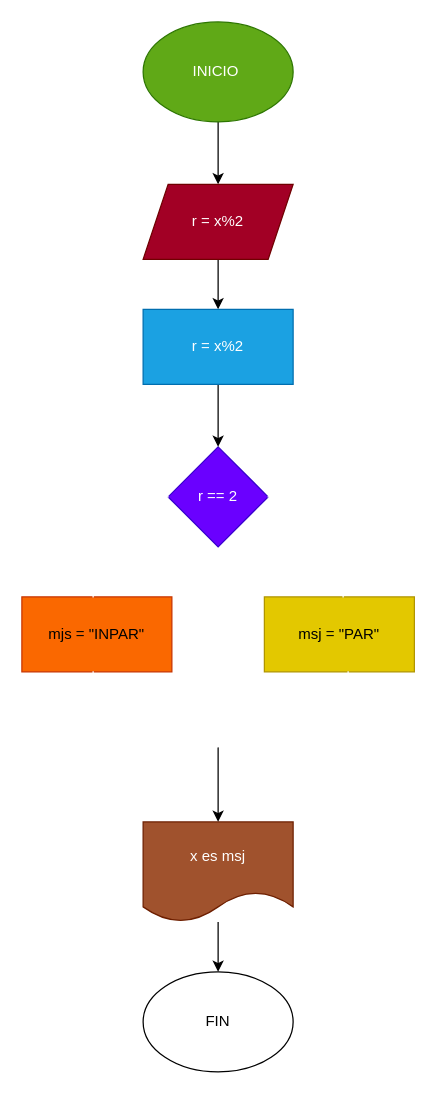
The draw.io diagram diarama.drawio in AndresFelipeJW/par_impar, before the edit. Source tidied: cells renumbered, new cells numbered last; positions are measured from the earlier drawing's top-left corner, leaving out a move shared by most shapes. Both pictures are drawn from the tidied source at 125%, with x=0, y=0 at pixel (21, 21).
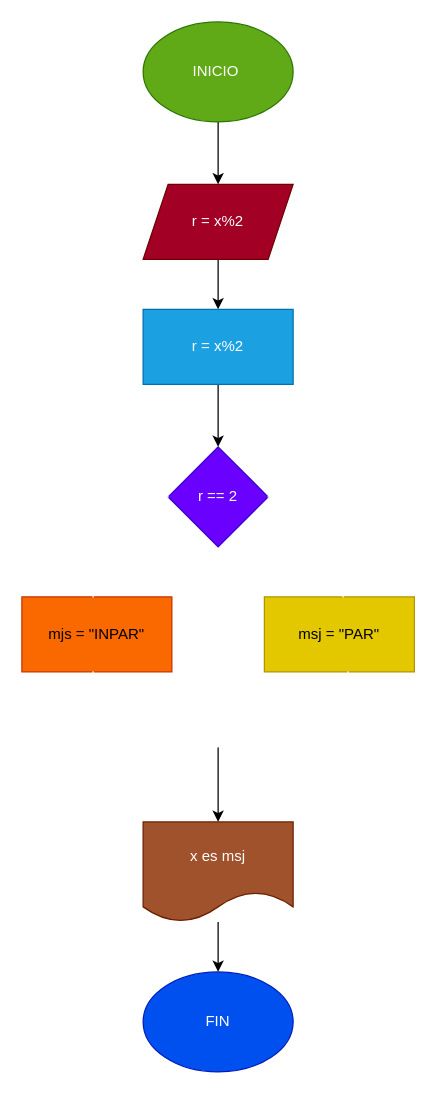
After the change.

Commit message:
Se agrego el diagrama,programa y el README

Diff of the diagram source:
```diff
@@
 <mxGraphModel>
   <root>
     <mxCell id="0" />
     <mxCell id="1" parent="0" />
     <mxCell id="2" style="edgeStyle=none;html=1;" parent="1" edge="1" source="3" target="5">
       <mxGeometry relative="1" as="geometry" />
     </mxCell>
     <mxCell id="3" value="INICIO&amp;nbsp;" style="ellipse;whiteSpace=wrap;html=1;fillColor=#60a917;fontColor=#ffffff;strokeColor=#2D7600;" parent="1" vertex="1">
       <mxGeometry x="97" width="120" height="80" as="geometry" />
     </mxCell>
     <mxCell id="4" style="edgeStyle=none;html=1;" parent="1" edge="1" source="5" target="8">
       <mxGeometry relative="1" as="geometry" />
     </mxCell>
     <mxCell id="5" value="r = x%2" style="shape=parallelogram;perimeter=parallelogramPerimeter;whiteSpace=wrap;html=1;fixedSize=1;fillColor=#a20025;fontColor=#ffffff;strokeColor=#6F0000;" parent="1" vertex="1">
       <mxGeometry x="97" y="130" width="120" height="60" as="geometry" />
     </mxCell>
     <mxCell id="6" value="r == 2" style="rhombus;whiteSpace=wrap;html=1;fillColor=#6a00ff;fontColor=#ffffff;strokeColor=#3700CC;" parent="1" vertex="1">
       <mxGeometry x="117" y="340" width="80" height="80" as="geometry" />
     </mxCell>
     <mxCell id="7" style="edgeStyle=none;html=1;" parent="1" edge="1" source="8" target="6">
       <mxGeometry relative="1" as="geometry" />
     </mxCell>
     <mxCell id="8" value="r = x%2" style="rounded=0;whiteSpace=wrap;html=1;fillColor=#1ba1e2;fontColor=#ffffff;strokeColor=#006EAF;" parent="1" vertex="1">
       <mxGeometry x="97" y="230" width="120" height="60" as="geometry" />
     </mxCell>
     <mxCell id="9" value="msj = &quot;PAR&quot;" style="rounded=0;whiteSpace=wrap;html=1;fillColor=#e3c800;fontColor=#000000;strokeColor=#B09500;" parent="1" vertex="1">
       <mxGeometry x="194" y="460" width="120" height="60" as="geometry" />
     </mxCell>
     <mxCell id="10" value="mjs = &quot;INPAR&quot;" style="rounded=0;whiteSpace=wrap;html=1;fillColor=#fa6800;fontColor=#000000;strokeColor=#C73500;" parent="1" vertex="1">
       <mxGeometry y="460" width="120" height="60" as="geometry" />
     </mxCell>
     <mxCell id="11" style="edgeStyle=none;html=1;" parent="1" edge="1" source="12" target="13">
       <mxGeometry relative="1" as="geometry" />
     </mxCell>
     <mxCell id="12" value="x es msj" style="shape=document;whiteSpace=wrap;html=1;boundedLbl=1;fillColor=#a0522d;fontColor=#ffffff;strokeColor=#6D1F00;" parent="1" vertex="1">
       <mxGeometry x="97" y="640" width="120" height="80" as="geometry" />
     </mxCell>
-    <mxCell id="13" value="FIN" style="ellipse;whiteSpace=wrap;html=1;" parent="1" vertex="1">
+    <mxCell id="13" value="FIN" style="ellipse;whiteSpace=wrap;html=1;fillColor=#0050ef;fontColor=#ffffff;strokeColor=#001DBC;" parent="1" vertex="1">
       <mxGeometry x="97" y="760" width="120" height="80" as="geometry" />
     </mxCell>
     <mxCell id="14" style="shape=partialRectangle;whiteSpace=wrap;html=1;bottom=0;right=0;fillColor=none;strokeColor=#FFFFFF;" parent="1" vertex="1">
       <mxGeometry x="57" y="380" width="60" height="80" as="geometry" />
     </mxCell>
     <mxCell id="15" style="shape=partialRectangle;whiteSpace=wrap;html=1;bottom=0;right=0;fillColor=none;strokeColor=#FFFFFF;direction=south;" parent="1" vertex="1">
       <mxGeometry x="197" y="380" width="60" height="80" as="geometry" />
     </mxCell>
     <mxCell id="16" style="shape=partialRectangle;whiteSpace=wrap;html=1;bottom=0;right=0;fillColor=none;strokeColor=#FFFFFF;direction=west;" parent="1" vertex="1">
       <mxGeometry x="141" y="520" width="120" height="60" as="geometry" />
     </mxCell>
     <mxCell id="17" style="edgeStyle=none;html=1;exitX=0;exitY=1;exitDx=0;exitDy=0;entryX=0.5;entryY=0;entryDx=0;entryDy=0;" parent="1" edge="1" source="18" target="12">
       <mxGeometry relative="1" as="geometry" />
     </mxCell>
     <mxCell id="18" style="shape=partialRectangle;whiteSpace=wrap;html=1;bottom=0;right=0;fillColor=none;strokeColor=#FFFFFF;direction=north;" parent="1" vertex="1">
       <mxGeometry x="57" y="520" width="100" height="60" as="geometry" />
     </mxCell>
   </root>
 </mxGraphModel>
```
